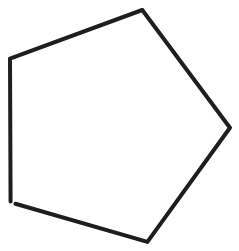
This is ru/images/5anglesdraw.excalidraw.png from primastem/doc, a Excalidraw export, as it was before one commit. Source tidied: one line per element, renumbered; positions are measured from the earlier drawing's top-left corner, leaving out a move shared by most shapes.
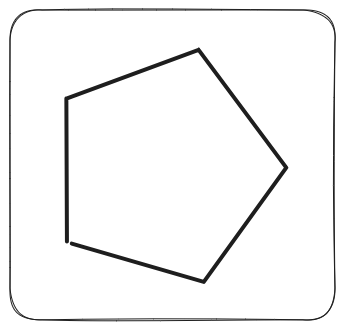
Later version of the same file.

The edit, as a diff of the source:
```diff
@@ -1,1 +1,2 @@
+{"id": 1, "type": "rectangle", "strokeColor": "#1e1e1e", "backgroundColor": "#ffffff", "fillStyle": "solid", "strokeWidth": 1, "roughness": 1, "round": true, "x": -49, "y": -31, "width": 325, "height": 310}
 {"id": 0, "type": "line", "strokeColor": "#1e1e1e", "angle": 4.99, "strokeWidth": 4, "roughness": 0, "x": 1, "y": 40, "width": 221, "height": 230, "points": [[0, 0], [137, -40], [221, 74], [132, 190], [-1, 143], [-1, 5]]}
```
